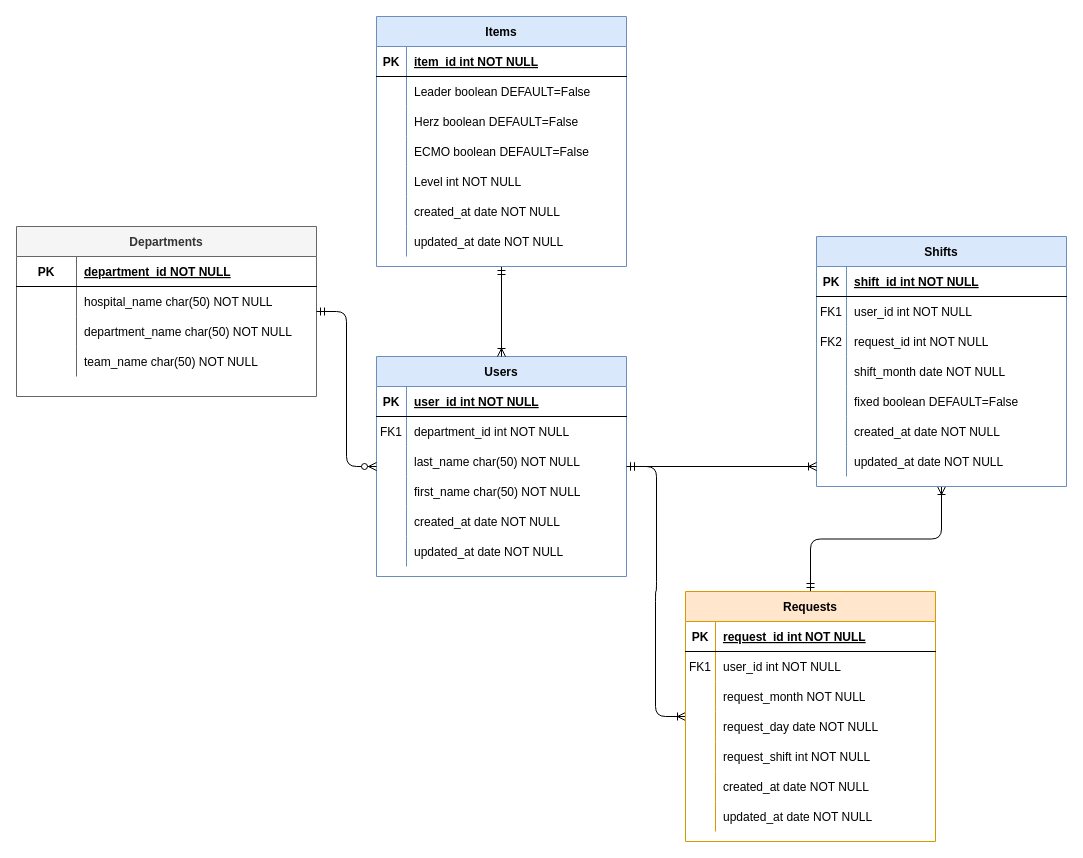
This is database_schema.drawio from yktt-nuane/shiftmaking-past, a draw.io file, before an edit. Source tidied: cells renumbered, new cells numbered last; positions are measured from the earlier drawing's top-left corner, leaving out a move shared by most shapes. Both pictures are drawn from the tidied source at 100%, with x=0, y=0 at pixel (16, 16).
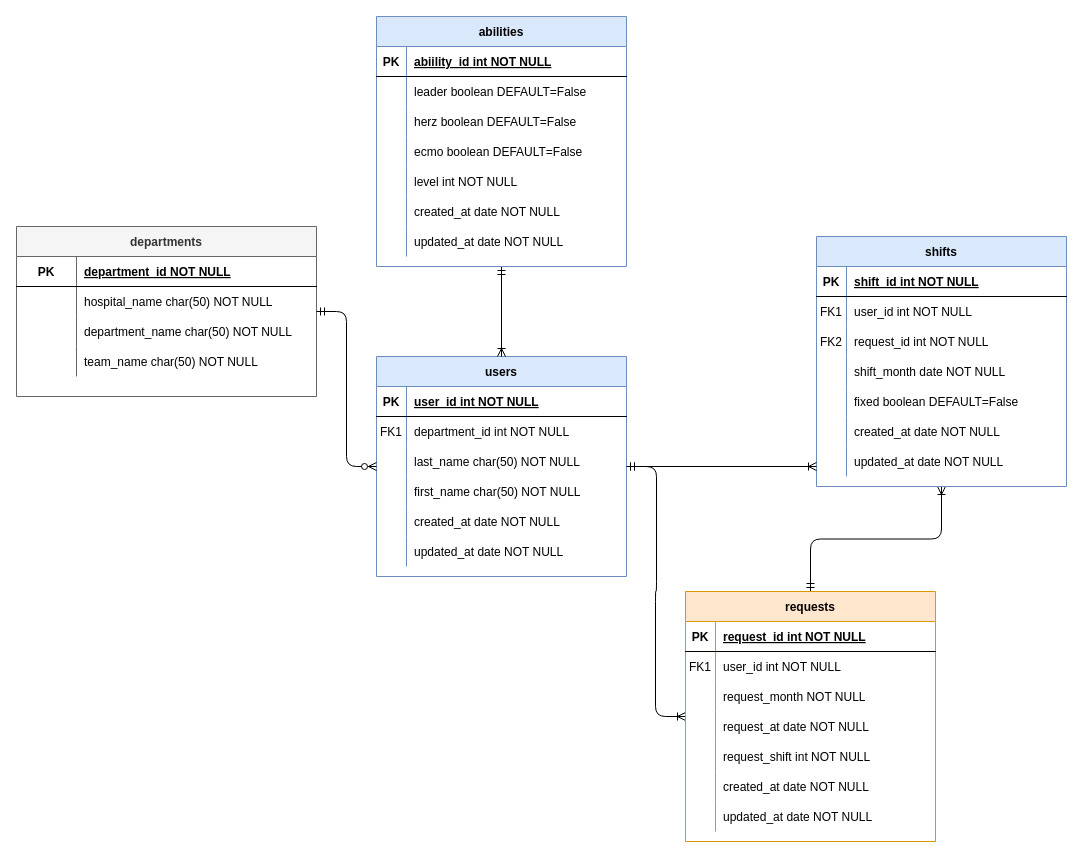
After the change.

Commit message:
database_schema.drawio を更新します

Unchanged cells that the change refers to:
```xml
<mxCell id="14" style="shape=partialRectangle;fillColor=none;top=0;left=0;right=0;bottom=0;" parent="4" vertex="1">
  <mxGeometry y="120" width="250" height="30" as="geometry" />
</mxCell>
<mxCell id="84" style="shape=partialRectangle;fillColor=none;top=0;left=0;right=0;bottom=1;" parent="83" vertex="1">
  <mxGeometry y="30" width="250" height="30" as="geometry" />
</mxCell>
<mxCell id="87" style="shape=partialRectangle;fillColor=none;top=0;left=0;right=0;bottom=0;" parent="83" vertex="1">
  <mxGeometry y="60" width="250" height="30" as="geometry" />
</mxCell>
<mxCell id="90" style="shape=partialRectangle;fillColor=none;top=0;left=0;right=0;bottom=0;" parent="83" vertex="1">
  <mxGeometry y="90" width="250" height="30" as="geometry" />
</mxCell>
<mxCell id="93" style="shape=partialRectangle;fillColor=none;top=0;left=0;right=0;bottom=0;" parent="83" vertex="1">
  <mxGeometry y="120" width="250" height="30" as="geometry" />
</mxCell>
<mxCell id="96" style="shape=partialRectangle;fillColor=none;top=0;left=0;right=0;bottom=0;" parent="83" vertex="1">
  <mxGeometry y="150" width="250" height="30" as="geometry" />
</mxCell>
```

Change to the diagram source:
```diff
@@
-    <mxCell id="4" value="Requests" style="shape=table;startSize=30;childLayout=tableLayout;rowLines=0;fontStyle=1;align=center;fillColor=#ffe6cc;strokeColor=#d79b00;" parent="1" vertex="1">
+    <mxCell id="4" value="requests" style="shape=table;startSize=30;childLayout=tableLayout;rowLines=0;fontStyle=1;align=center;fillColor=#ffe6cc;strokeColor=#d79b00;" parent="1" vertex="1">
       <mxGeometry x="669" y="575" width="250" height="250" as="geometry" />
     </mxCell>
@@
-    <mxCell id="16" value="request_day date NOT NULL" style="shape=partialRectangle;overflow=hidden;fillColor=none;top=0;left=0;bottom=0;right=0;align=left;spacingLeft=6;" parent="14" vertex="1">
+    <mxCell id="16" value="request_at date NOT NULL" style="shape=partialRectangle;overflow=hidden;fillColor=none;top=0;left=0;bottom=0;right=0;align=left;spacingLeft=6;" parent="14" vertex="1">
       <mxGeometry x="30" width="220" height="30" as="geometry" />
     </mxCell>
@@
-    <mxCell id="26" value="Users" style="shape=table;startSize=30;childLayout=tableLayout;rowLines=0;fontStyle=1;align=center;fillColor=#dae8fc;strokeColor=#6c8ebf;" parent="1" vertex="1">
+    <mxCell id="26" value="users" style="shape=table;startSize=30;childLayout=tableLayout;rowLines=0;fontStyle=1;align=center;fillColor=#dae8fc;strokeColor=#6c8ebf;" parent="1" vertex="1">
       <mxGeometry x="360" y="340" width="250" height="220" as="geometry" />
     </mxCell>
@@
-    <mxCell id="45" value="Departments" style="shape=table;startSize=30;childLayout=tableLayout;rowLines=0;fontStyle=1;align=center;fillColor=#f5f5f5;fontColor=#333333;strokeColor=#666666;" parent="1" vertex="1">
+    <mxCell id="45" value="departments" style="shape=table;startSize=30;childLayout=tableLayout;rowLines=0;fontStyle=1;align=center;fillColor=#f5f5f5;fontColor=#333333;strokeColor=#666666;" parent="1" vertex="1">
       <mxGeometry y="210" width="300" height="170" as="geometry" />
     </mxCell>
@@
-    <mxCell id="59" value="Shifts" style="shape=table;startSize=30;childLayout=tableLayout;rowLines=0;fontStyle=1;align=center;fillColor=#dae8fc;strokeColor=#6c8ebf;" parent="1" vertex="1">
+    <mxCell id="59" value="shifts" style="shape=table;startSize=30;childLayout=tableLayout;rowLines=0;fontStyle=1;align=center;fillColor=#dae8fc;strokeColor=#6c8ebf;" parent="1" vertex="1">
       <mxGeometry x="800" y="220" width="250" height="250" as="geometry" />
     </mxCell>
@@
-    <mxCell id="83" value="Items" style="shape=table;startSize=30;childLayout=tableLayout;rowLines=0;fontStyle=1;align=center;fillColor=#dae8fc;strokeColor=#6c8ebf;" parent="1" vertex="1">
+    <mxCell id="83" value="abilities" style="shape=table;startSize=30;childLayout=tableLayout;rowLines=0;fontStyle=1;align=center;fillColor=#dae8fc;strokeColor=#6c8ebf;" parent="1" vertex="1">
       <mxGeometry x="360" width="250" height="250" as="geometry" />
     </mxCell>
@@
-    <mxCell id="86" value="item_id int NOT NULL " style="shape=partialRectangle;overflow=hidden;fillColor=none;top=0;left=0;bottom=0;right=0;align=left;spacingLeft=6;fontStyle=5;" parent="84" vertex="1">
+    <mxCell id="86" value="abiility_id int NOT NULL " style="shape=partialRectangle;overflow=hidden;fillColor=none;top=0;left=0;bottom=0;right=0;align=left;spacingLeft=6;fontStyle=5;" parent="84" vertex="1">
       <mxGeometry x="30" width="220" height="30" as="geometry" />
     </mxCell>
@@
-    <mxCell id="89" value="Leader boolean DEFAULT=False" style="shape=partialRectangle;overflow=hidden;fillColor=none;top=0;left=0;bottom=0;right=0;align=left;spacingLeft=6;" parent="87" vertex="1">
+    <mxCell id="89" value="leader boolean DEFAULT=False" style="shape=partialRectangle;overflow=hidden;fillColor=none;top=0;left=0;bottom=0;right=0;align=left;spacingLeft=6;" parent="87" vertex="1">
       <mxGeometry x="30" width="220" height="30" as="geometry" />
     </mxCell>
@@
-    <mxCell id="92" value="Herz boolean DEFAULT=False" style="shape=partialRectangle;overflow=hidden;fillColor=none;top=0;left=0;bottom=0;right=0;align=left;spacingLeft=6;" parent="90" vertex="1">
+    <mxCell id="92" value="herz boolean DEFAULT=False" style="shape=partialRectangle;overflow=hidden;fillColor=none;top=0;left=0;bottom=0;right=0;align=left;spacingLeft=6;" parent="90" vertex="1">
       <mxGeometry x="30" width="220" height="30" as="geometry" />
     </mxCell>
@@
-    <mxCell id="95" value="ECMO boolean DEFAULT=False" style="shape=partialRectangle;overflow=hidden;fillColor=none;top=0;left=0;bottom=0;right=0;align=left;spacingLeft=6;" parent="93" vertex="1">
+    <mxCell id="95" value="ecmo boolean DEFAULT=False" style="shape=partialRectangle;overflow=hidden;fillColor=none;top=0;left=0;bottom=0;right=0;align=left;spacingLeft=6;" parent="93" vertex="1">
       <mxGeometry x="30" width="220" height="30" as="geometry" />
     </mxCell>
@@
-    <mxCell id="98" value="Level int NOT NULL" style="shape=partialRectangle;overflow=hidden;fillColor=none;top=0;left=0;bottom=0;right=0;align=left;spacingLeft=6;" parent="96" vertex="1">
+    <mxCell id="98" value="level int NOT NULL" style="shape=partialRectangle;overflow=hidden;fillColor=none;top=0;left=0;bottom=0;right=0;align=left;spacingLeft=6;" parent="96" vertex="1">
       <mxGeometry x="30" width="220" height="30" as="geometry" />
     </mxCell>
```
